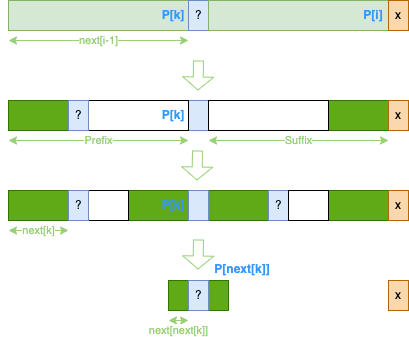
Above: images/kmp2.png in fastzhong/mth252 (draw.io), before the change. Source tidied: cells renumbered, new cells last; positions are measured from the earlier drawing's top-left corner, leaving out a move shared by most shapes.
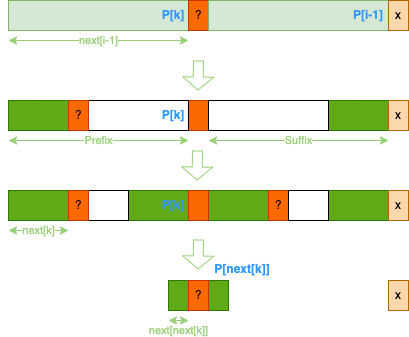
After the change.

Diff of the diagram source:
```diff
@@ -5,7 +5,7 @@
     <mxCell id="2" style="rounded=0;whiteSpace=wrap;html=1;fillColor=#60a917;strokeColor=#2D7600;fontColor=#ffffff;" parent="1" vertex="1">
       <mxGeometry y="100" width="60" height="30" as="geometry" />
     </mxCell>
-    <mxCell id="3" style="rounded=0;whiteSpace=wrap;html=1;fillColor=#dae8fc;strokeColor=#6c8ebf;" parent="1" vertex="1">
+    <mxCell id="3" style="rounded=0;whiteSpace=wrap;html=1;fillColor=#fa6800;strokeColor=#C73500;fontColor=#000000;" parent="1" vertex="1">
       <mxGeometry x="180" y="100" width="20" height="30" as="geometry" />
     </mxCell>
     <mxCell id="4" style="rounded=0;whiteSpace=wrap;html=1;fillColor=#d5e8d4;strokeColor=#82b366;" parent="1" vertex="1">
@@ -17,7 +17,7 @@
     <mxCell id="6" style="rounded=0;whiteSpace=wrap;html=1;" parent="1" vertex="1">
       <mxGeometry x="60" y="100" width="120" height="30" as="geometry" />
     </mxCell>
-    <mxCell id="7" value="?" style="rounded=0;whiteSpace=wrap;html=1;fillColor=#dae8fc;strokeColor=#6c8ebf;" parent="1" vertex="1">
+    <mxCell id="7" value="?" style="rounded=0;whiteSpace=wrap;html=1;fillColor=#fa6800;strokeColor=#C73500;fontColor=#000000;" parent="1" vertex="1">
       <mxGeometry x="180" width="20" height="30" as="geometry" />
     </mxCell>
     <mxCell id="8" style="rounded=0;whiteSpace=wrap;html=1;fillColor=#d5e8d4;strokeColor=#82b366;" parent="1" vertex="1">
@@ -47,7 +47,7 @@
     <mxCell id="15" style="rounded=0;whiteSpace=wrap;html=1;fillColor=#60a917;strokeColor=#2D7600;fontColor=#ffffff;" parent="1" vertex="1">
       <mxGeometry y="190" width="60" height="30" as="geometry" />
     </mxCell>
-    <mxCell id="16" style="rounded=0;whiteSpace=wrap;html=1;fillColor=#dae8fc;strokeColor=#6c8ebf;" parent="1" vertex="1">
+    <mxCell id="16" style="rounded=0;whiteSpace=wrap;html=1;fillColor=#fa6800;strokeColor=#C73500;fontColor=#000000;" parent="1" vertex="1">
       <mxGeometry x="180" y="190" width="20" height="30" as="geometry" />
     </mxCell>
     <mxCell id="17" style="rounded=0;whiteSpace=wrap;html=1;fillColor=#60a917;strokeColor=#2D7600;fontColor=#ffffff;" parent="1" vertex="1">
@@ -65,10 +65,10 @@
     <mxCell id="20" style="rounded=0;whiteSpace=wrap;html=1;" parent="1" vertex="1">
       <mxGeometry x="200" y="100" width="120" height="30" as="geometry" />
     </mxCell>
-    <mxCell id="21" value="?" style="rounded=0;whiteSpace=wrap;html=1;fillColor=#dae8fc;strokeColor=#6c8ebf;" parent="1" vertex="1">
+    <mxCell id="21" value="?" style="rounded=0;whiteSpace=wrap;html=1;fillColor=#fa6800;strokeColor=#C73500;fontColor=#000000;" parent="1" vertex="1">
       <mxGeometry x="60" y="190" width="20" height="30" as="geometry" />
     </mxCell>
-    <mxCell id="22" value="?" style="rounded=0;whiteSpace=wrap;html=1;fillColor=#dae8fc;strokeColor=#6c8ebf;" parent="1" vertex="1">
+    <mxCell id="22" value="?" style="rounded=0;whiteSpace=wrap;html=1;fillColor=#fa6800;strokeColor=#C73500;fontColor=#000000;" parent="1" vertex="1">
       <mxGeometry x="260" y="190" width="20" height="30" as="geometry" />
     </mxCell>
     <mxCell id="23" style="rounded=0;whiteSpace=wrap;html=1;" parent="1" vertex="1">
@@ -110,7 +110,7 @@
     <mxCell id="30" value="x" style="rounded=0;whiteSpace=wrap;html=1;fillColor=#fad7ac;strokeColor=#b46504;" parent="1" vertex="1">
       <mxGeometry x="380" y="280" width="20" height="30" as="geometry" />
     </mxCell>
-    <mxCell id="31" value="?" style="rounded=0;whiteSpace=wrap;html=1;fillColor=#dae8fc;strokeColor=#6c8ebf;" parent="1" vertex="1">
+    <mxCell id="31" value="?" style="rounded=0;whiteSpace=wrap;html=1;fillColor=#fa6800;strokeColor=#C73500;fontColor=#000000;" parent="1" vertex="1">
       <mxGeometry x="180" y="280" width="20" height="30" as="geometry" />
     </mxCell>
     <mxCell id="32" value="&lt;font color=&quot;#97d077&quot;&gt;next[next[k]]&lt;/font&gt;" style="endArrow=classic;startArrow=classic;html=1;rounded=0;strokeColor=#97D077;" parent="1" edge="1">
@@ -119,13 +119,13 @@
         <mxPoint x="160" y="320" as="targetPoint" />
       </mxGeometry>
     </mxCell>
-    <mxCell id="33" value="P[i]" style="text;html=1;strokeColor=none;fillColor=none;align=center;verticalAlign=middle;whiteSpace=wrap;rounded=0;fontStyle=1;fontColor=#3399FF;" parent="1" vertex="1">
-      <mxGeometry x="350" width="30" height="30" as="geometry" />
+    <mxCell id="33" value="P[i-1]" style="text;html=1;strokeColor=none;fillColor=none;align=center;verticalAlign=middle;whiteSpace=wrap;rounded=0;fontStyle=1;fontColor=#3399FF;" parent="1" vertex="1">
+      <mxGeometry x="340" width="40" height="30" as="geometry" />
     </mxCell>
     <mxCell id="34" value="P[k]" style="text;html=1;strokeColor=none;fillColor=none;align=center;verticalAlign=middle;whiteSpace=wrap;rounded=0;fontStyle=1;fontColor=#3399FF;" parent="1" vertex="1">
       <mxGeometry x="150" y="190" width="30" height="30" as="geometry" />
     </mxCell>
-    <mxCell id="35" value="?" style="rounded=0;whiteSpace=wrap;html=1;fillColor=#dae8fc;strokeColor=#6c8ebf;" parent="1" vertex="1">
+    <mxCell id="35" value="?" style="rounded=0;whiteSpace=wrap;html=1;fillColor=#fa6800;strokeColor=#C73500;fontColor=#000000;" parent="1" vertex="1">
       <mxGeometry x="60" y="100" width="20" height="30" as="geometry" />
     </mxCell>
     <mxCell id="36" value="P[k]" style="text;html=1;strokeColor=none;fillColor=none;align=center;verticalAlign=middle;whiteSpace=wrap;rounded=0;fontStyle=1;fontColor=#3399FF;" parent="1" vertex="1">
```
